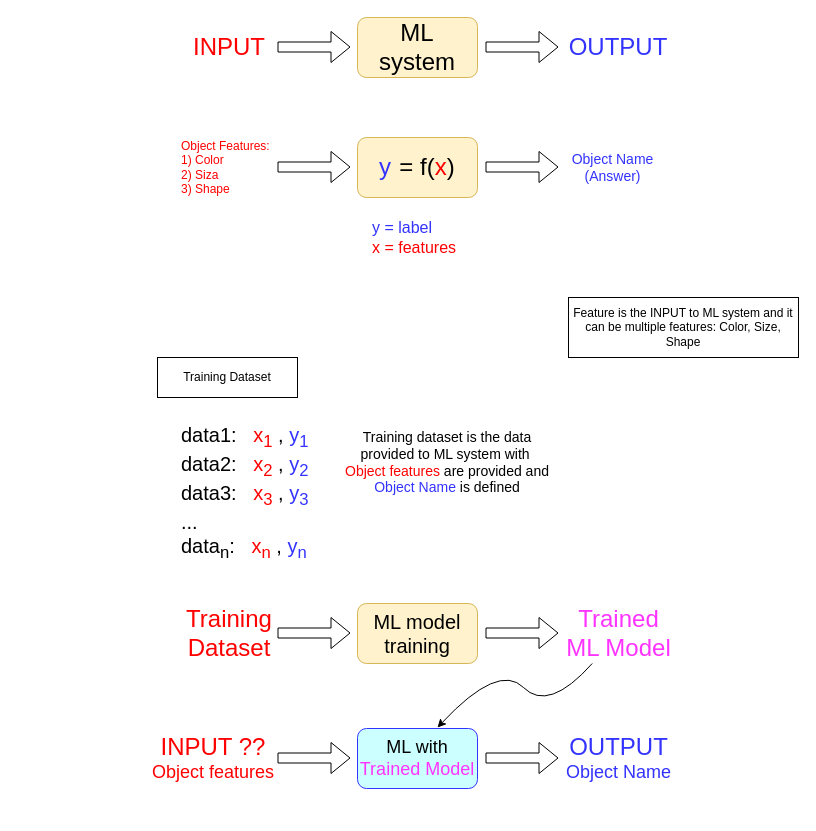
The draw.io diagram Untitled Diagram.drawio in sulungcayadi/hello-world, before the edit. Source tidied: cells renumbered, new cells numbered last; positions are measured from the earlier drawing's top-left corner, leaving out a move shared by most shapes. Both pictures are drawn from the tidied source at 100%, with x=0, y=0 at pixel (147, 17).
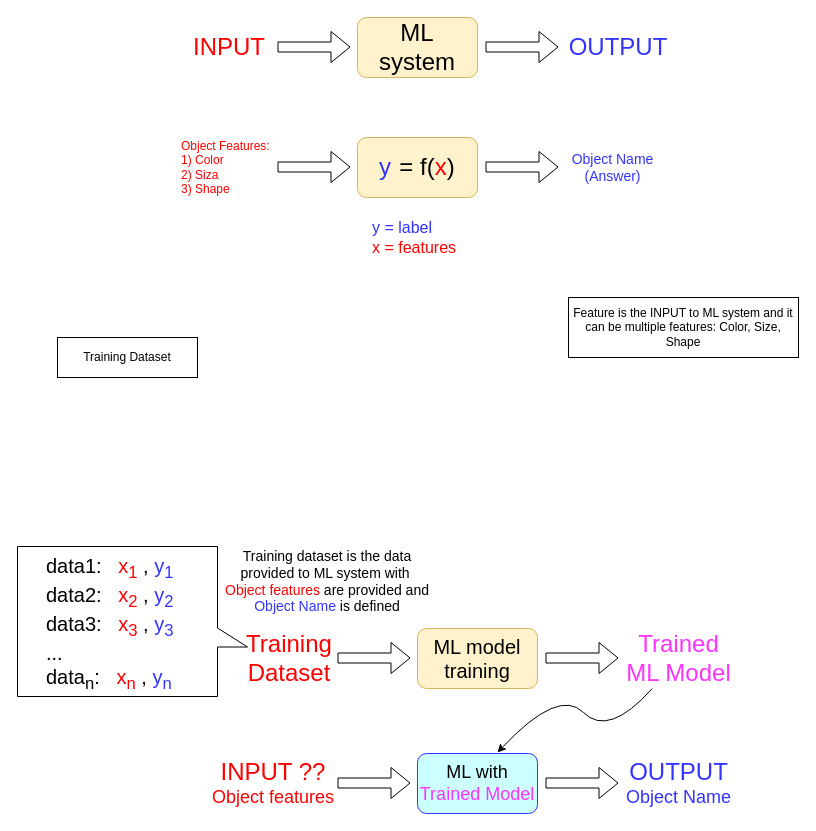
The same page after the edit.

Change to the diagram source:
```diff
@@
     <mxCell id="15" value="Training Dataset" style="rounded=0;whiteSpace=wrap;html=1;" parent="1" vertex="1">
-      <mxGeometry x="10" y="340" width="140" height="40" as="geometry" />
+      <mxGeometry x="-90" y="320" width="140" height="40" as="geometry" />
     </mxCell>
     <mxCell id="16" value="&lt;font style=&quot;font-size: 20px;&quot;&gt;data1:&amp;nbsp; &amp;nbsp;&lt;font color=&quot;#ff0000&quot;&gt;x&lt;sub&gt;1&lt;/sub&gt;&lt;/font&gt; , &lt;font color=&quot;#3333ff&quot;&gt;y&lt;sub&gt;1&lt;/sub&gt;&lt;/font&gt;&lt;/font&gt;&lt;div&gt;&lt;font style=&quot;font-size: 20px;&quot;&gt;data2:&amp;nbsp; &amp;nbsp;&lt;font color=&quot;#ff0000&quot;&gt;x&lt;sub&gt;2&lt;/sub&gt;&lt;/font&gt; , &lt;font color=&quot;#3333ff&quot;&gt;y&lt;sub&gt;2&lt;/sub&gt;&lt;/font&gt; data3:&amp;nbsp; &amp;nbsp;&lt;font color=&quot;#ff0000&quot;&gt;x&lt;sub&gt;3&lt;/sub&gt;&lt;/font&gt; , &lt;font color=&quot;#3333ff&quot;&gt;y&lt;sub&gt;3&lt;/sub&gt;&lt;/font&gt;&lt;br&gt;&lt;/font&gt;&lt;/div&gt;&lt;div&gt;&lt;font style=&quot;font-size: 20px;&quot;&gt;...&lt;/font&gt;&lt;/div&gt;&lt;div&gt;&lt;font style=&quot;font-size: 20px;&quot;&gt;data&lt;sub&gt;n&lt;/sub&gt;:&amp;nbsp; &amp;nbsp;&lt;font color=&quot;#ff0000&quot;&gt;x&lt;sub&gt;n&lt;/sub&gt;&lt;/font&gt; , &lt;font color=&quot;#3333ff&quot;&gt;y&lt;sub&gt;n&lt;/sub&gt;&lt;/font&gt;&lt;/font&gt;&lt;/div&gt;" style="rounded=0;whiteSpace=wrap;html=1;align=left;strokeColor=none;" parent="1" vertex="1">
-      <mxGeometry x="32" y="390" width="148" height="170" as="geometry" />
+      <mxGeometry x="-103" y="521" width="148" height="170" as="geometry" />
     </mxCell>
     <mxCell id="17" value="Training dataset is the data provided to ML system with&amp;nbsp;&lt;div&gt;&lt;font color=&quot;#ff0000&quot;&gt;Object features&lt;/font&gt; are provided and &lt;font color=&quot;#3333ff&quot;&gt;Object Name&lt;/font&gt; is defined&lt;/div&gt;" style="rounded=1;whiteSpace=wrap;html=1;fillColor=none;strokeColor=none;fontSize=14;" parent="1" vertex="1">
-      <mxGeometry x="190" y="410" width="220" height="70" as="geometry" />
+      <mxGeometry x="70" y="529" width="220" height="70" as="geometry" />
     </mxCell>
     <mxCell id="18" value="&lt;div&gt;&lt;font style=&quot;font-size: 20px;&quot;&gt;ML model training&lt;/font&gt;&lt;/div&gt;" style="rounded=1;whiteSpace=wrap;html=1;fillColor=#fff2cc;strokeColor=#d6b656;" parent="1" vertex="1">
-      <mxGeometry x="210" y="586" width="120" height="60" as="geometry" />
+      <mxGeometry x="270" y="611" width="120" height="60" as="geometry" />
     </mxCell>
     <mxCell id="19" style="shape=flexArrow;endArrow=classic;html=1;rounded=0;" parent="1" edge="1">
       <mxGeometry relative="1" as="geometry">
-        <mxPoint x="130" y="615.5" as="sourcePoint" />
-        <mxPoint x="203" y="615.5" as="targetPoint" />
+        <mxPoint x="190" y="640.5" as="sourcePoint" />
+        <mxPoint x="263" y="640.5" as="targetPoint" />
       </mxGeometry>
     </mxCell>
     <mxCell id="20" style="shape=flexArrow;endArrow=classic;html=1;rounded=0;" parent="1" edge="1">
       <mxGeometry relative="1" as="geometry">
-        <mxPoint x="338" y="615.5" as="sourcePoint" />
-        <mxPoint x="411" y="615.5" as="targetPoint" />
+        <mxPoint x="398" y="640.5" as="sourcePoint" />
+        <mxPoint x="471" y="640.5" as="targetPoint" />
       </mxGeometry>
     </mxCell>
     <mxCell id="21" value="&lt;font&gt;&lt;span style=&quot;font-size: 24px;&quot;&gt;Training Dataset&lt;/span&gt;&lt;/font&gt;" style="rounded=1;whiteSpace=wrap;html=1;fillColor=none;strokeColor=none;fontColor=#FF0000;" parent="1" vertex="1">
-      <mxGeometry x="32" y="586" width="100" height="60" as="geometry" />
+      <mxGeometry x="92" y="611" width="100" height="60" as="geometry" />
     </mxCell>
     <mxCell id="22" value="&lt;span style=&quot;font-size: 24px;&quot;&gt;&lt;font color=&quot;#ff33ff&quot;&gt;Trained&lt;/font&gt;&lt;/span&gt;&lt;div&gt;&lt;span style=&quot;font-size: 24px;&quot;&gt;&lt;font color=&quot;#ff33ff&quot;&gt;ML Model&lt;/font&gt;&lt;/span&gt;&lt;/div&gt;" style="rounded=1;whiteSpace=wrap;html=1;fillColor=none;strokeColor=none;" parent="1" vertex="1">
-      <mxGeometry x="417" y="586" width="109" height="60" as="geometry" />
+      <mxGeometry x="477" y="611" width="109" height="60" as="geometry" />
     </mxCell>
     <mxCell id="23" value="&lt;div&gt;&lt;font style=&quot;font-size: 18px;&quot;&gt;ML with &lt;font color=&quot;#ff33ff&quot;&gt;Trained Model&lt;/font&gt;&lt;/font&gt;&lt;/div&gt;" style="rounded=1;whiteSpace=wrap;html=1;fillColor=#CCFFFF;strokeColor=#3333FF;" parent="1" vertex="1">
-      <mxGeometry x="210" y="711" width="120" height="60" as="geometry" />
+      <mxGeometry x="270" y="736" width="120" height="60" as="geometry" />
     </mxCell>
     <mxCell id="24" style="shape=flexArrow;endArrow=classic;html=1;rounded=0;" parent="1" edge="1">
       <mxGeometry relative="1" as="geometry">
-        <mxPoint x="130" y="740.5" as="sourcePoint" />
-        <mxPoint x="203" y="740.5" as="targetPoint" />
+        <mxPoint x="190" y="765.5" as="sourcePoint" />
+        <mxPoint x="263" y="765.5" as="targetPoint" />
       </mxGeometry>
     </mxCell>
     <mxCell id="25" style="shape=flexArrow;endArrow=classic;html=1;rounded=0;" parent="1" edge="1">
       <mxGeometry relative="1" as="geometry">
-        <mxPoint x="338" y="740.5" as="sourcePoint" />
-        <mxPoint x="411" y="740.5" as="targetPoint" />
+        <mxPoint x="398" y="765.5" as="sourcePoint" />
+        <mxPoint x="471" y="765.5" as="targetPoint" />
       </mxGeometry>
     </mxCell>
     <mxCell id="26" value="&lt;div&gt;&lt;font style=&quot;font-size: 24px;&quot;&gt;INPUT ??&lt;/font&gt;&lt;div style=&quot;font-size: 18px;&quot;&gt;&lt;font style=&quot;font-size: 18px;&quot;&gt;Object features&lt;/font&gt;&lt;/div&gt;&lt;/div&gt;" style="rounded=1;whiteSpace=wrap;html=1;fillColor=none;strokeColor=none;fontColor=#FF0000;" parent="1" vertex="1">
-      <mxGeometry y="711" width="132" height="60" as="geometry" />
+      <mxGeometry x="60" y="736" width="132" height="60" as="geometry" />
     </mxCell>
     <mxCell id="27" value="&lt;font color=&quot;#3333ff&quot;&gt;&lt;span style=&quot;font-size: 24px;&quot;&gt;OUTPUT&lt;/span&gt;&lt;/font&gt;&lt;div&gt;&lt;font style=&quot;font-size: 18px;&quot; color=&quot;#3333ff&quot;&gt;Object Name&lt;/font&gt;&lt;/div&gt;" style="rounded=1;whiteSpace=wrap;html=1;fillColor=none;strokeColor=none;" parent="1" vertex="1">
-      <mxGeometry x="417" y="711" width="109" height="60" as="geometry" />
+      <mxGeometry x="477" y="736" width="109" height="60" as="geometry" />
     </mxCell>
     <mxCell id="28" style="curved=1;endArrow=classic;html=1;rounded=0;" parent="1" edge="1" source="22">
       <mxGeometry relative="1" as="geometry">
-        <mxPoint x="290" y="710" as="targetPoint" />
+        <mxPoint x="350" y="735" as="targetPoint" />
         <Array as="points">
-          <mxPoint x="401" y="695" />
-          <mxPoint x="351" y="645" />
+          <mxPoint x="461" y="720" />
+          <mxPoint x="411" y="670" />
         </Array>
       </mxGeometry>
     </mxCell>
+    <mxCell id="29" style="shape=callout;whiteSpace=wrap;html=1;perimeter=calloutPerimeter;fillColor=none;base=19;direction=north;position2=0.33;size=30;position=0.33;" parent="1" vertex="1">
+      <mxGeometry x="-130" y="529" width="230" height="150" as="geometry" />
+    </mxCell>
```
